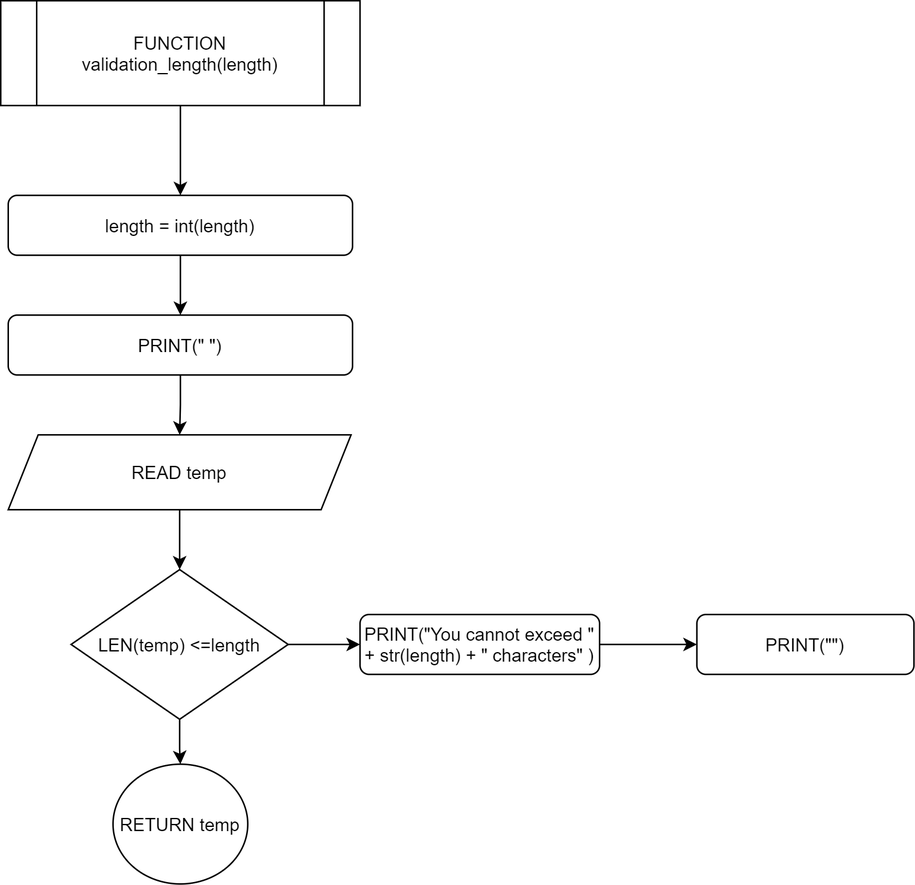
The draw.io diagram Flowchart/default/validation_length.png in RabbitBear00/Car-Rental-System, before a commit. Source tidied: cells renumbered, new cells last; positions are measured from the earlier drawing's top-left corner, leaving out a move shared by most shapes. Its diagram source:
```xml
<mxGraphModel>
  <root>
    <mxCell id="0" />
    <mxCell id="1" parent="0" />
    <mxCell id="2" style="edgeStyle=orthogonalEdgeStyle;rounded=0;jettySize=auto;html=1;" parent="1" edge="1" source="3" target="5">
      <mxGeometry relative="1" as="geometry" />
    </mxCell>
    <mxCell id="3" value="FUNCTION validation_length(length)" style="shape=process;whiteSpace=wrap;html=1;backgroundOutline=1;" parent="1" vertex="1">
      <mxGeometry width="240" height="70" as="geometry" />
    </mxCell>
    <mxCell id="4" style="edgeStyle=orthogonalEdgeStyle;rounded=0;jettySize=auto;html=1;" parent="1" edge="1" source="5" target="7">
      <mxGeometry relative="1" as="geometry" />
    </mxCell>
    <mxCell id="5" value="length = int(length)" style="rounded=1;whiteSpace=wrap;html=1;" parent="1" vertex="1">
      <mxGeometry x="5" y="130" width="230" height="40" as="geometry" />
    </mxCell>
    <mxCell id="6" style="edgeStyle=orthogonalEdgeStyle;rounded=0;jettySize=auto;html=1;" parent="1" edge="1" source="7" target="9">
      <mxGeometry relative="1" as="geometry" />
    </mxCell>
    <mxCell id="7" value="PRINT(&quot; &quot;)" style="rounded=1;whiteSpace=wrap;html=1;" parent="1" vertex="1">
      <mxGeometry x="5" y="210" width="230" height="40" as="geometry" />
    </mxCell>
    <mxCell id="8" style="edgeStyle=orthogonalEdgeStyle;rounded=0;jettySize=auto;html=1;" parent="1" edge="1" source="9" target="12">
      <mxGeometry relative="1" as="geometry" />
    </mxCell>
    <mxCell id="9" value="READ temp" style="shape=parallelogram;perimeter=parallelogramPerimeter;whiteSpace=wrap;html=1;fixedSize=1;" parent="1" vertex="1">
      <mxGeometry x="5" y="290" width="229" height="50" as="geometry" />
    </mxCell>
    <mxCell id="10" style="edgeStyle=orthogonalEdgeStyle;rounded=0;jettySize=auto;html=1;" parent="1" edge="1" source="12" target="13">
      <mxGeometry relative="1" as="geometry" />
    </mxCell>
    <mxCell id="11" style="edgeStyle=orthogonalEdgeStyle;rounded=0;jettySize=auto;html=1;" parent="1" edge="1" source="12" target="15">
      <mxGeometry relative="1" as="geometry" />
    </mxCell>
    <mxCell id="12" value="LEN(temp) &lt;=length" style="rhombus;whiteSpace=wrap;html=1;" parent="1" vertex="1">
      <mxGeometry x="47" y="380" width="145" height="100" as="geometry" />
    </mxCell>
    <mxCell id="13" value="RETURN temp" style="ellipse;whiteSpace=wrap;html=1;" parent="1" vertex="1">
      <mxGeometry x="75" y="510" width="90" height="80" as="geometry" />
    </mxCell>
    <mxCell id="14" style="edgeStyle=orthogonalEdgeStyle;rounded=0;jettySize=auto;html=1;" parent="1" edge="1" source="15" target="16">
      <mxGeometry relative="1" as="geometry" />
    </mxCell>
    <mxCell id="15" value="PRINT(&quot;You cannot exceed &quot; + str(length) + &quot; characters&quot; )" style="rounded=1;whiteSpace=wrap;html=1;" parent="1" vertex="1">
      <mxGeometry x="240" y="410" width="160" height="40" as="geometry" />
    </mxCell>
    <mxCell id="16" value="PRINT(&quot;&quot;)" style="rounded=1;whiteSpace=wrap;html=1;" parent="1" vertex="1">
      <mxGeometry x="465" y="410" width="145" height="40" as="geometry" />
    </mxCell>
  </root>
</mxGraphModel>
```
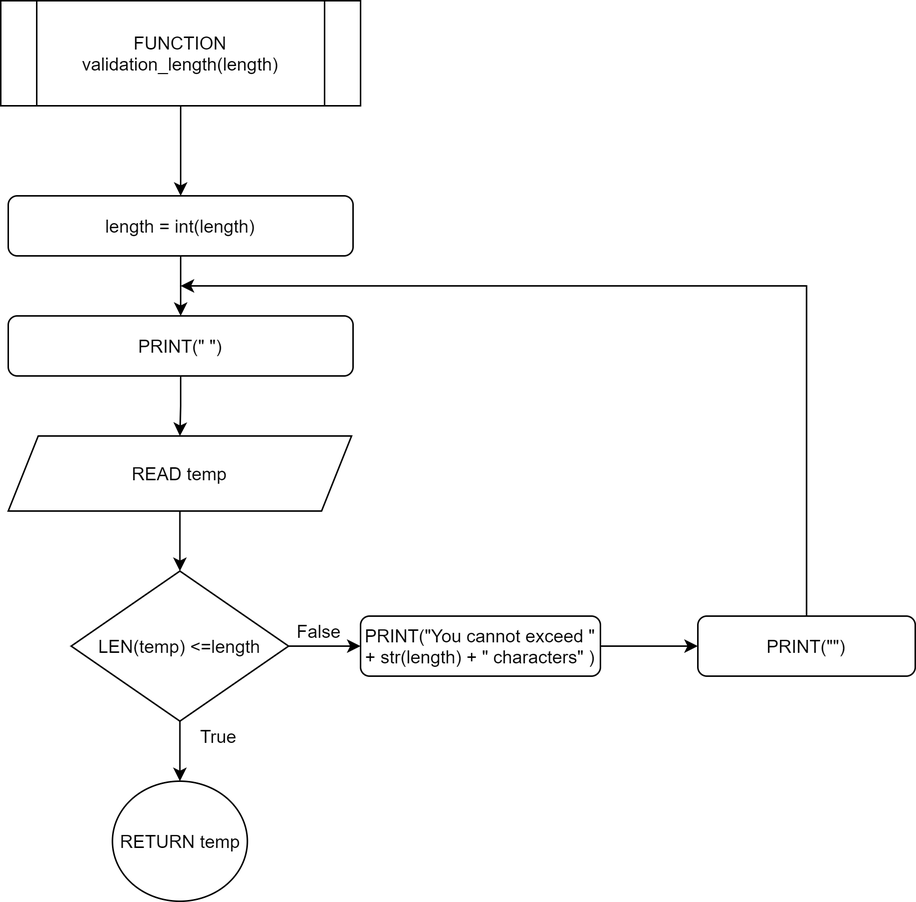
Above is the later version.

Diff of the diagram source:
```diff
@@ -36,7 +36,7 @@
       <mxGeometry x="47" y="380" width="145" height="100" as="geometry" />
     </mxCell>
     <mxCell id="13" value="RETURN temp" style="ellipse;whiteSpace=wrap;html=1;" parent="1" vertex="1">
-      <mxGeometry x="75" y="510" width="90" height="80" as="geometry" />
+      <mxGeometry x="74.5" y="520" width="90" height="80" as="geometry" />
     </mxCell>
     <mxCell id="14" style="edgeStyle=orthogonalEdgeStyle;rounded=0;jettySize=auto;html=1;" parent="1" edge="1" source="15" target="16">
       <mxGeometry relative="1" as="geometry" />
@@ -44,8 +44,22 @@
     <mxCell id="15" value="PRINT(&quot;You cannot exceed &quot; + str(length) + &quot; characters&quot; )" style="rounded=1;whiteSpace=wrap;html=1;" parent="1" vertex="1">
       <mxGeometry x="240" y="410" width="160" height="40" as="geometry" />
     </mxCell>
+    <mxCell id="17" style="edgeStyle=orthogonalEdgeStyle;rounded=0;jettySize=auto;html=1;" parent="1" edge="1" source="16">
+      <mxGeometry relative="1" as="geometry">
+        <mxPoint x="120" y="190" as="targetPoint" />
+        <Array as="points">
+          <mxPoint x="538" y="190" />
+        </Array>
+      </mxGeometry>
+    </mxCell>
     <mxCell id="16" value="PRINT(&quot;&quot;)" style="rounded=1;whiteSpace=wrap;html=1;" parent="1" vertex="1">
       <mxGeometry x="465" y="410" width="145" height="40" as="geometry" />
     </mxCell>
+    <mxCell id="18" value="True" style="text;html=1;align=center;verticalAlign=middle;strokeColor=none;" parent="1" vertex="1">
+      <mxGeometry x="125" y="480" width="40" height="20" as="geometry" />
+    </mxCell>
+    <mxCell id="19" value="False" style="text;html=1;align=center;verticalAlign=middle;strokeColor=none;" parent="1" vertex="1">
+      <mxGeometry x="192" y="410" width="40" height="20" as="geometry" />
+    </mxCell>
   </root>
 </mxGraphModel>
```
